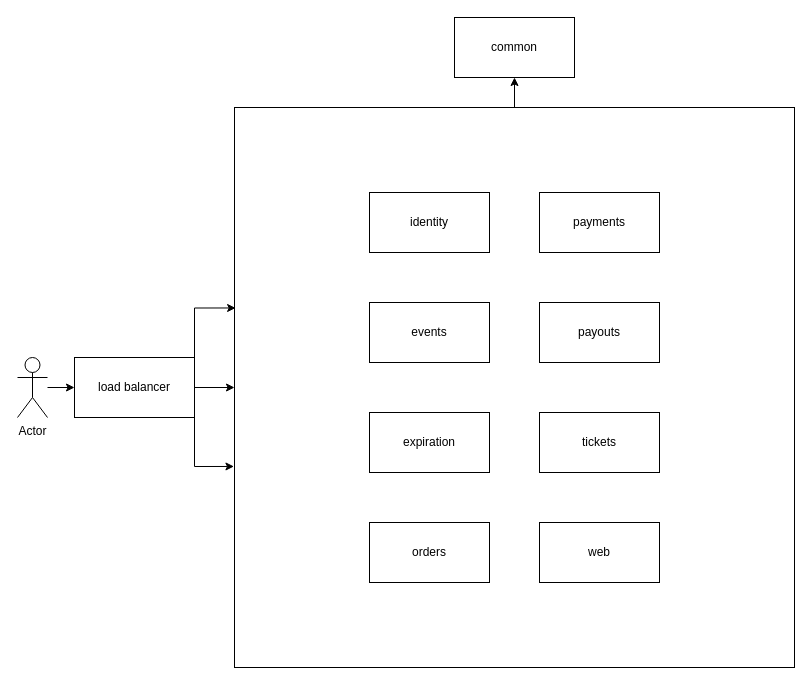
This is Tazaker.drawio from markmorcos/Tazaker, a draw.io file, before an edit. Source tidied: cells renumbered, new cells numbered last; positions are measured from the earlier drawing's top-left corner, leaving out a move shared by most shapes. Both pictures are drawn from the tidied source at 100%, with x=0, y=0 at pixel (17, 17).
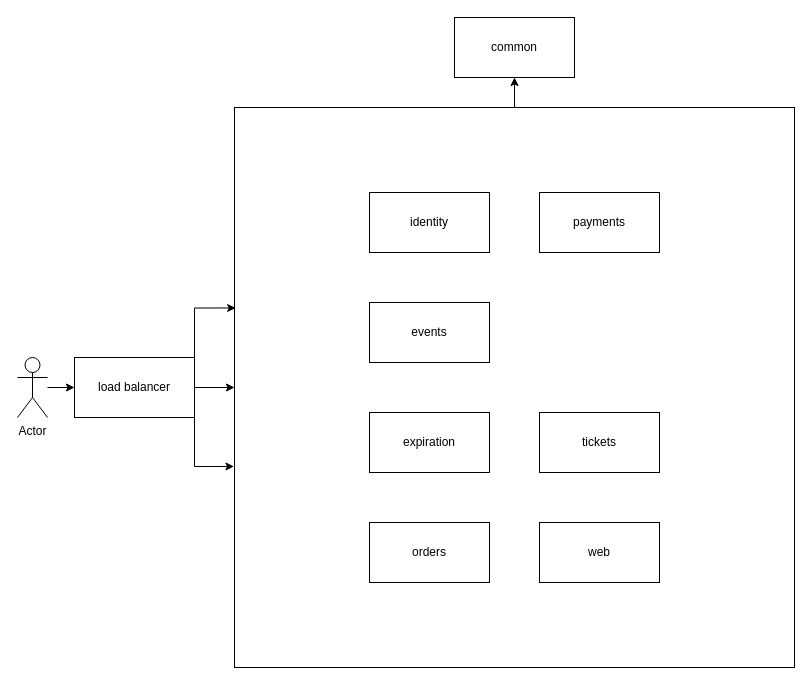
The same diagram, later.

What changed in the source:
```diff
@@
-    <mxCell id="9" value="payouts" style="rounded=0;whiteSpace=wrap;html=1;fontStyle=0;" parent="1" vertex="1">
-      <mxGeometry x="522" y="285" width="120" height="60" as="geometry" />
-    </mxCell>
```
